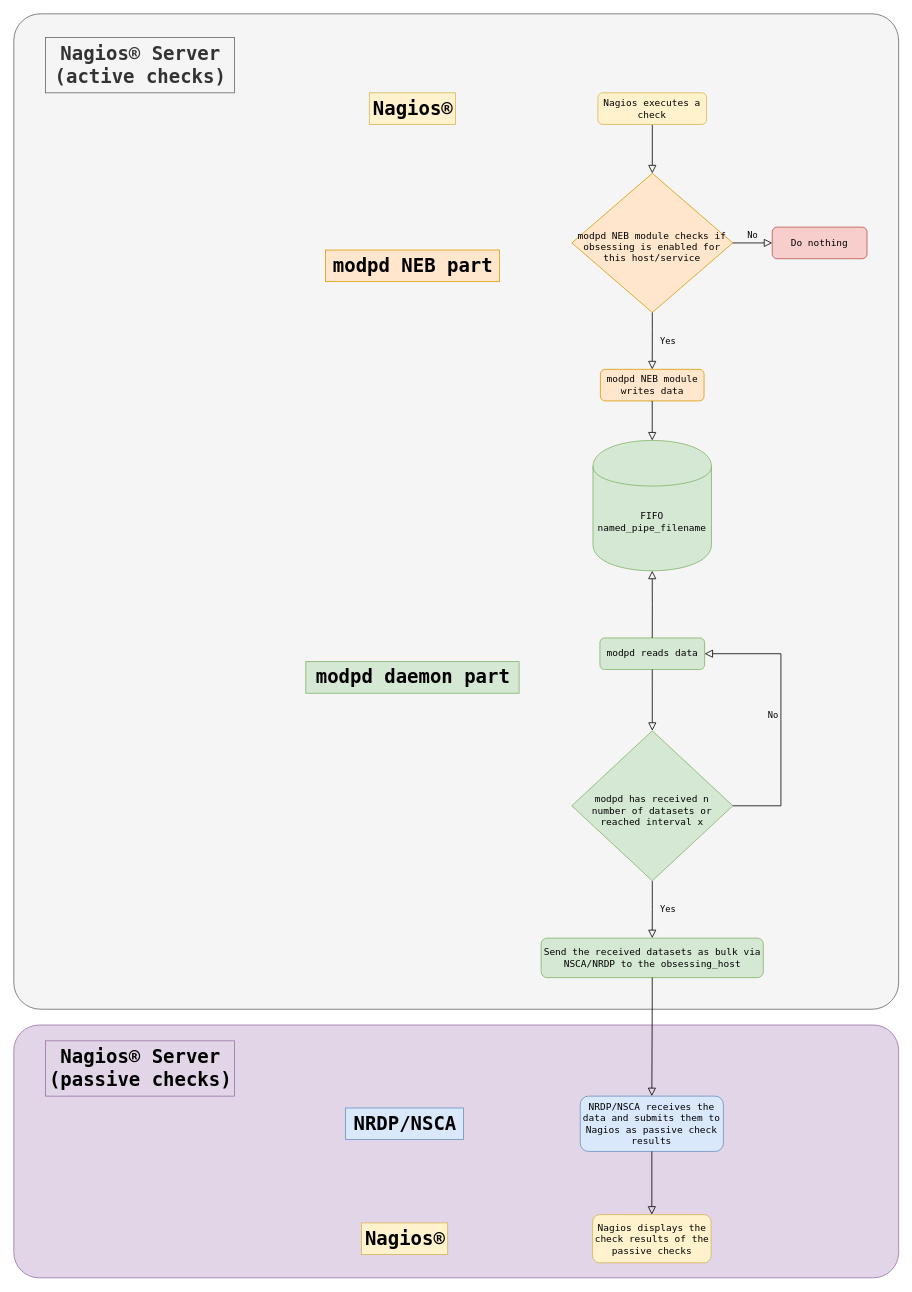
ccztux/modpd keeps this draw.io diagram as images/modpd.drawio. Above is the earlier version. Source tidied: cells renumbered, new cells numbered last; positions are measured from the earlier drawing's top-left corner, leaving out a move shared by most shapes. Both pictures are drawn from the tidied source at 79%, with x=0, y=0 at pixel (13, 13).
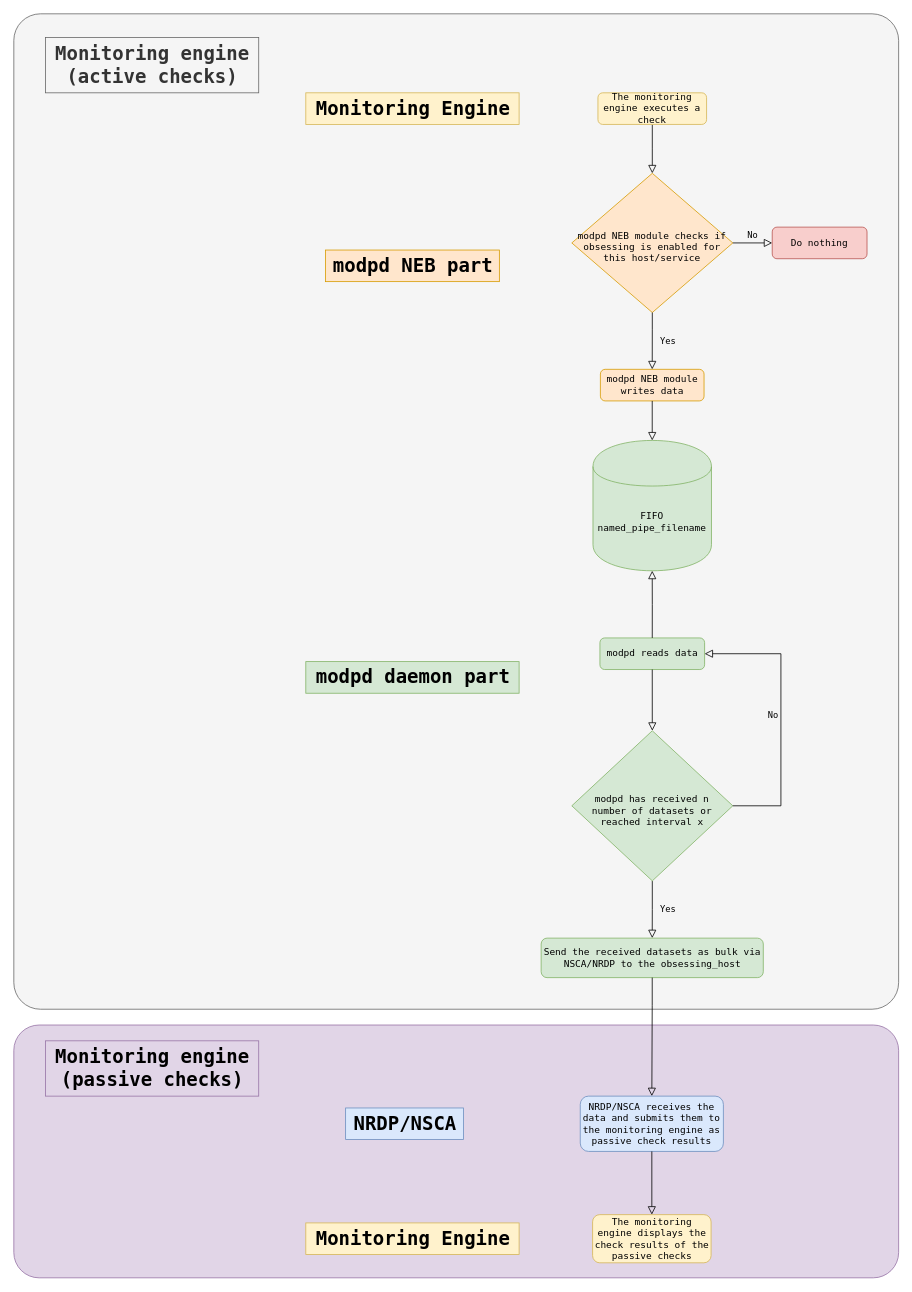
After the change.

The edit, as a diff of the source:
```diff
@@
-    <mxCell id="5" value="Nagios executes a check" style="rounded=1;whiteSpace=wrap;html=1;fontSize=12;glass=0;strokeWidth=1;shadow=0;fontFamily=Lucida Console;fillColor=#fff2cc;strokeColor=#d6b656;" parent="1" vertex="1">
+    <mxCell id="5" value="The monitoring engine executes a check" style="rounded=1;whiteSpace=wrap;html=1;fontSize=12;glass=0;strokeWidth=1;shadow=0;fontFamily=Lucida Console;fillColor=#fff2cc;strokeColor=#d6b656;" parent="1" vertex="1">
       <mxGeometry x="739.4" y="100" width="137.5" height="40" as="geometry" />
     </mxCell>
@@
-    <mxCell id="16" value="Nagios®" style="text;strokeColor=#d6b656;fillColor=#fff2cc;html=1;fontSize=24;fontStyle=1;verticalAlign=middle;align=center;fontFamily=Lucida Console;" parent="1" vertex="1">
-      <mxGeometry x="450" y="100" width="109.2" height="40" as="geometry" />
+    <mxCell id="16" value="Monitoring Engine" style="text;strokeColor=#d6b656;fillColor=#fff2cc;html=1;fontSize=24;fontStyle=1;verticalAlign=middle;align=center;fontFamily=Lucida Console;" parent="1" vertex="1">
+      <mxGeometry x="369.6" y="100" width="270" height="40" as="geometry" />
     </mxCell>
@@
-    <mxCell id="23" value="Nagios®" style="text;strokeColor=#d6b656;fillColor=#fff2cc;html=1;fontSize=24;fontStyle=1;verticalAlign=middle;align=center;fontFamily=Lucida Console;" parent="1" vertex="1">
-      <mxGeometry x="440" y="1530.5" width="109.2" height="40" as="geometry" />
-    </mxCell>
-    <mxCell id="24" value="Nagios displays the check results of the passive checks" style="rounded=1;whiteSpace=wrap;html=1;fontSize=12;glass=0;strokeWidth=1;shadow=0;fontFamily=Lucida Console;fillColor=#fff2cc;strokeColor=#d6b656;" parent="1" vertex="1">
+    <mxCell id="24" value="The monitoring engine displays the check results of the passive checks" style="rounded=1;whiteSpace=wrap;html=1;fontSize=12;glass=0;strokeWidth=1;shadow=0;fontFamily=Lucida Console;fillColor=#fff2cc;strokeColor=#d6b656;" parent="1" vertex="1">
       <mxGeometry x="732.6" y="1520" width="150" height="61" as="geometry" />
     </mxCell>
@@
-    <mxCell id="27" value="NRDP/NSCA receives the data and submits them to Nagios as passive check results" style="rounded=1;whiteSpace=wrap;html=1;fontSize=12;glass=0;strokeWidth=1;shadow=0;fontFamily=Lucida Console;fillColor=#dae8fc;strokeColor=#6c8ebf;" parent="1" vertex="1">
+    <mxCell id="27" value="NRDP/NSCA receives the data and submits them to the monitoring engine as passive check results" style="rounded=1;whiteSpace=wrap;html=1;fontSize=12;glass=0;strokeWidth=1;shadow=0;fontFamily=Lucida Console;fillColor=#dae8fc;strokeColor=#6c8ebf;" parent="1" vertex="1">
       <mxGeometry x="717" y="1370" width="181.2" height="70" as="geometry" />
     </mxCell>
@@
-    <mxCell id="29" value="&lt;div&gt;Nagios® Server&lt;/div&gt;&lt;div&gt;(passive checks)&lt;br&gt;&lt;/div&gt;" style="text;strokeColor=#9673a6;fillColor=#e1d5e7;html=1;fontSize=24;fontStyle=1;verticalAlign=middle;align=center;fontFamily=Lucida Console;" parent="1" vertex="1">
-      <mxGeometry x="40" y="1300" width="239.2" height="70" as="geometry" />
+    <mxCell id="29" value="&lt;div&gt;Monitoring engine&lt;br&gt;&lt;/div&gt;&lt;div&gt;(passive checks)&lt;br&gt;&lt;/div&gt;" style="text;strokeColor=#9673a6;fillColor=#e1d5e7;html=1;fontSize=24;fontStyle=1;verticalAlign=middle;align=center;fontFamily=Lucida Console;" parent="1" vertex="1">
+      <mxGeometry x="40" y="1300" width="270" height="70" as="geometry" />
     </mxCell>
-    <mxCell id="30" value="&lt;div&gt;Nagios® Server&lt;/div&gt;&lt;div&gt;(active checks)&lt;br&gt;&lt;/div&gt;" style="text;strokeColor=#666666;fillColor=#f5f5f5;html=1;fontSize=24;fontStyle=1;verticalAlign=middle;align=center;fontFamily=Lucida Console;fontColor=#333333;" parent="1" vertex="1">
-      <mxGeometry x="40" y="30" width="239.2" height="70" as="geometry" />
+    <mxCell id="30" value="&lt;div&gt;Monitoring engine&lt;br&gt;&lt;/div&gt;&lt;div&gt;(active checks)&lt;br&gt;&lt;/div&gt;" style="text;strokeColor=#666666;fillColor=#f5f5f5;html=1;fontSize=24;fontStyle=1;verticalAlign=middle;align=center;fontFamily=Lucida Console;fontColor=#333333;" parent="1" vertex="1">
+      <mxGeometry x="40" y="30" width="270" height="70" as="geometry" />
     </mxCell>
+    <mxCell id="31" value="Monitoring Engine" style="text;strokeColor=#d6b656;fillColor=#fff2cc;html=1;fontSize=24;fontStyle=1;verticalAlign=middle;align=center;fontFamily=Lucida Console;" parent="1" vertex="1">
+      <mxGeometry x="369.6" y="1530.5" width="270" height="40" as="geometry" />
+    </mxCell>
```
